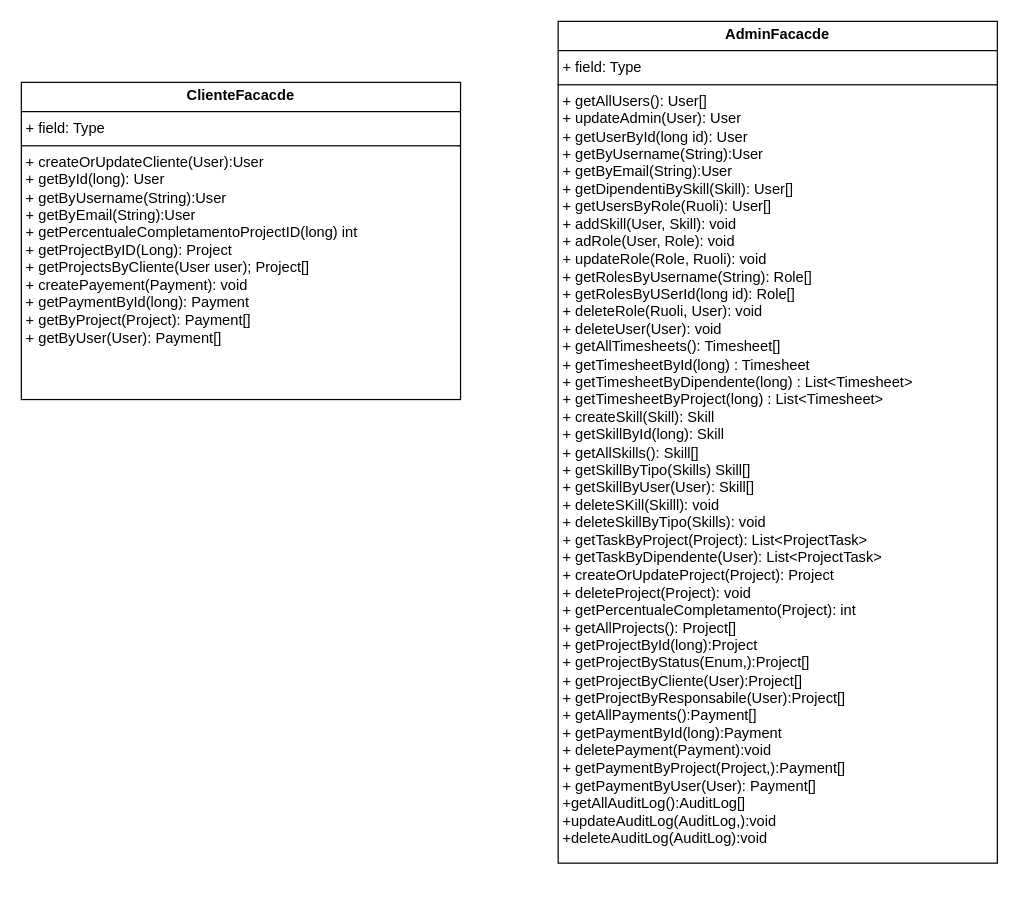
davide-vigano-tas/gestione_progetti keeps this draw.io diagram as page "Facade" (3 of 3) of gestione_progetti_uml.drawio. Above is the earlier version. Source tidied: cells renumbered, new cells numbered last; positions are measured from the earlier drawing's top-left corner, leaving out a move shared by most shapes. Both pictures are drawn from the tidied source at 122%, with x=0, y=0 at pixel (21, 21).
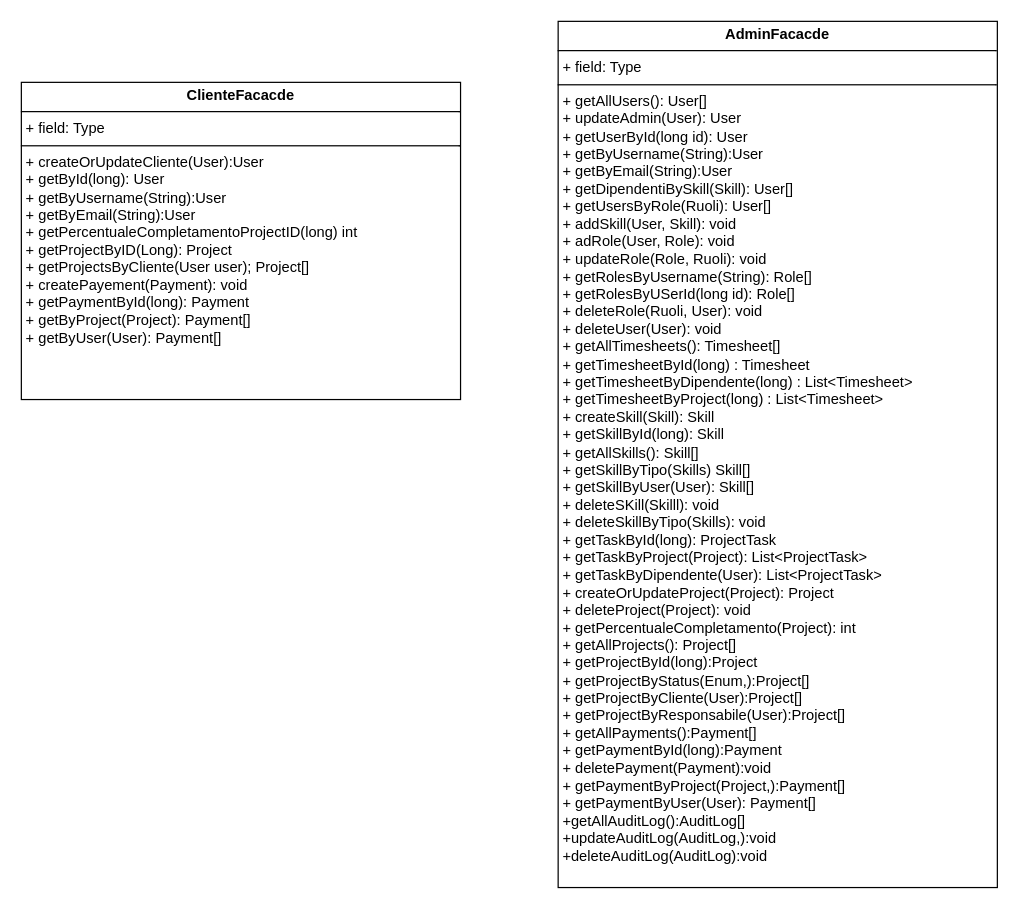
After the change.

Diff of the diagram source:
```diff
@@
 <mxGraphModel>
   <root>
     <mxCell id="0" />
     <mxCell id="1" parent="0" />
     <mxCell id="2" value="&lt;p style=&quot;margin:0px;margin-top:4px;text-align:center;&quot;&gt;&lt;b&gt;ClienteFacacde&lt;/b&gt;&lt;/p&gt;&lt;hr size=&quot;1&quot; style=&quot;border-style:solid;&quot;&gt;&lt;p style=&quot;margin:0px;margin-left:4px;&quot;&gt;+ field: Type&lt;/p&gt;&lt;hr size=&quot;1&quot; style=&quot;border-style:solid;&quot;&gt;&lt;p style=&quot;margin:0px;margin-left:4px;&quot;&gt;+ createOrUpdateCliente(User):User&lt;/p&gt;&lt;p style=&quot;margin:0px;margin-left:4px;&quot;&gt;+ getById(long): User&lt;/p&gt;&lt;p style=&quot;margin:0px;margin-left:4px;&quot;&gt;+ getByUsername(String):User&lt;/p&gt;&lt;p style=&quot;margin:0px;margin-left:4px;&quot;&gt;+ getByEmail(String):User&lt;/p&gt;&lt;p style=&quot;margin:0px;margin-left:4px;&quot;&gt;&lt;span style=&quot;background-color: transparent; color: light-dark(rgb(0, 0, 0), rgb(255, 255, 255));&quot;&gt;+ getPercentualeCompletamentoProjectID(long) int&lt;/span&gt;&lt;/p&gt;&lt;p style=&quot;margin:0px;margin-left:4px;&quot;&gt;+ getProjectByID(Long): Project&lt;/p&gt;&lt;p style=&quot;margin:0px;margin-left:4px;&quot;&gt;+ getProjectsByCliente(User user); Project[]&lt;/p&gt;&lt;p style=&quot;margin:0px;margin-left:4px;&quot;&gt;+ createPayement(Payment): void&lt;/p&gt;&lt;p style=&quot;margin:0px;margin-left:4px;&quot;&gt;+ getPaymentById(long): Payment&lt;/p&gt;&lt;p style=&quot;margin:0px;margin-left:4px;&quot;&gt;+ getByProject(Project): Payment[]&lt;/p&gt;&lt;p style=&quot;margin:0px;margin-left:4px;&quot;&gt;+ getByUser(User): Payment[]&lt;/p&gt;&lt;p style=&quot;margin:0px;margin-left:4px;&quot;&gt;&lt;br&gt;&lt;/p&gt;" style="verticalAlign=top;align=left;overflow=fill;html=1;whiteSpace=wrap;" parent="1" vertex="1">
       <mxGeometry y="50" width="360" height="260" as="geometry" />
     </mxCell>
-    <mxCell id="3" value="&lt;p style=&quot;margin:0px;margin-top:4px;text-align:center;&quot;&gt;&lt;b&gt;AdminFacacde&lt;/b&gt;&lt;/p&gt;&lt;hr size=&quot;1&quot; style=&quot;border-style:solid;&quot;&gt;&lt;p style=&quot;margin:0px;margin-left:4px;&quot;&gt;+ field: Type&lt;/p&gt;&lt;hr size=&quot;1&quot; style=&quot;border-style:solid;&quot;&gt;&lt;p style=&quot;margin:0px;margin-left:4px;&quot;&gt;+ getAllUsers(): User[]&lt;/p&gt;&lt;p style=&quot;margin:0px;margin-left:4px;&quot;&gt;+ updateAdmin(User): User&lt;/p&gt;&lt;p style=&quot;margin:0px;margin-left:4px;&quot;&gt;+ getUserById(long id): User&lt;/p&gt;&lt;p style=&quot;margin: 0px 0px 0px 4px;&quot;&gt;+ getByUsername(String):User&lt;/p&gt;&lt;p style=&quot;margin: 0px 0px 0px 4px;&quot;&gt;+ getByEmail(String):User&lt;/p&gt;&lt;p style=&quot;margin: 0px 0px 0px 4px;&quot;&gt;+ getDipendentiBySkill(Skill): User[]&lt;/p&gt;&lt;p style=&quot;margin: 0px 0px 0px 4px;&quot;&gt;+ getUsersByRole(Ruoli): User[]&lt;/p&gt;&lt;p style=&quot;margin: 0px 0px 0px 4px;&quot;&gt;+ addSkill(User, Skill): void&lt;/p&gt;&lt;p style=&quot;margin: 0px 0px 0px 4px;&quot;&gt;+ adRole(User, Role): void&lt;/p&gt;&lt;p style=&quot;margin: 0px 0px 0px 4px;&quot;&gt;+ updateRole(Role, Ruoli): void&lt;/p&gt;&lt;p style=&quot;margin: 0px 0px 0px 4px;&quot;&gt;+ getRolesByUsername(String): Role[]&lt;/p&gt;&lt;p style=&quot;margin: 0px 0px 0px 4px;&quot;&gt;+ getRolesByUSerId(long id): Role[]&lt;/p&gt;&lt;p style=&quot;margin: 0px 0px 0px 4px;&quot;&gt;+ deleteRole(Ruoli, User): void&lt;/p&gt;&lt;p style=&quot;margin: 0px 0px 0px 4px;&quot;&gt;+ deleteUser(User): void&amp;nbsp;&lt;/p&gt;&lt;p style=&quot;margin: 0px 0px 0px 4px;&quot;&gt;+ getAllTimesheets(): Timesheet[]&lt;/p&gt;&lt;p style=&quot;margin: 0px 0px 0px 4px;&quot;&gt;+ getTimesheetById(long) : Timesheet&lt;/p&gt;&lt;p style=&quot;margin: 0px 0px 0px 4px;&quot;&gt;+ getTimesheetByDipendente(long) : List&amp;lt;Timesheet&amp;gt;&lt;/p&gt;&lt;p style=&quot;margin:0px;margin-left:4px;&quot;&gt;+ getTimesheetByProject(long) : List&amp;lt;Timesheet&amp;gt;&lt;/p&gt;&lt;p style=&quot;margin:0px;margin-left:4px;&quot;&gt;+ createSkill(Skill): Skill&lt;/p&gt;&lt;p style=&quot;margin:0px;margin-left:4px;&quot;&gt;+ getSkillById(long): Skill&lt;/p&gt;&lt;p style=&quot;margin:0px;margin-left:4px;&quot;&gt;+ getAllSkills(): Skill[]&lt;/p&gt;&lt;p style=&quot;margin:0px;margin-left:4px;&quot;&gt;+ getSkillByTipo(Skills) Skill[]&lt;/p&gt;&lt;p style=&quot;margin:0px;margin-left:4px;&quot;&gt;+ getSkillByUser(User): Skill[]&lt;/p&gt;&lt;p style=&quot;margin:0px;margin-left:4px;&quot;&gt;+ deleteSKill(Skilll): void&lt;/p&gt;&lt;p style=&quot;margin:0px;margin-left:4px;&quot;&gt;+ deleteSkillByTipo(Skills): void&lt;/p&gt;&lt;p style=&quot;margin:0px;margin-left:4px;&quot;&gt;+ getTaskByProject(Project): List&amp;lt;ProjectTask&amp;gt;&lt;/p&gt;&lt;p style=&quot;margin:0px;margin-left:4px;&quot;&gt;+ getTaskByDipendente(User): List&amp;lt;ProjectTask&amp;gt;&lt;/p&gt;&lt;p style=&quot;margin:0px;margin-left:4px;&quot;&gt;+ createOrUpdateProject(Project): Project&lt;/p&gt;&lt;p style=&quot;margin:0px;margin-left:4px;&quot;&gt;+ deleteProject(Project): void&lt;/p&gt;&lt;p style=&quot;margin:0px;margin-left:4px;&quot;&gt;+ getPercentualeCompletamento(Project): int&lt;/p&gt;&lt;p style=&quot;margin:0px;margin-left:4px;&quot;&gt;&lt;span style=&quot;background-color: transparent; color: light-dark(rgb(0, 0, 0), rgb(255, 255, 255));&quot;&gt;+ getAllProjects(): Project[]&lt;/span&gt;&lt;/p&gt;&lt;p style=&quot;margin: 0px 0px 0px 4px;&quot;&gt;+ getProjectById(long):Project&lt;/p&gt;&lt;p style=&quot;margin: 0px 0px 0px 4px;&quot;&gt;+ getProjectByStatus(Enum,):Project[]&lt;/p&gt;&lt;p style=&quot;margin: 0px 0px 0px 4px;&quot;&gt;+ getProjectByCliente(User):Project[]&lt;/p&gt;&lt;p style=&quot;margin: 0px 0px 0px 4px;&quot;&gt;+ getProjectByResponsabile(User):Project[]&lt;/p&gt;&lt;p style=&quot;margin: 0px 0px 0px 4px;&quot;&gt;+ getAllPayments():Payment[]&lt;/p&gt;&lt;p style=&quot;margin: 0px 0px 0px 4px;&quot;&gt;+ getPaymentById(long):Payment&lt;/p&gt;&lt;p style=&quot;margin: 0px 0px 0px 4px;&quot;&gt;+ deletePayment(Payment):void&lt;/p&gt;&lt;p style=&quot;margin: 0px 0px 0px 4px;&quot;&gt;+ getPaymentByProject(Project,):Payment[]&lt;/p&gt;&lt;p style=&quot;margin: 0px 0px 0px 4px;&quot;&gt;+ getPaymentByUser(User): Payment[]&lt;/p&gt;&lt;p style=&quot;margin: 0px 0px 0px 4px;&quot;&gt;+getAllAuditLog():AuditLog[]&lt;/p&gt;&lt;p style=&quot;margin: 0px 0px 0px 4px;&quot;&gt;+updateAuditLog(AuditLog,):void&lt;/p&gt;&lt;p style=&quot;margin: 0px 0px 0px 4px;&quot;&gt;+deleteAuditLog(AuditLog):void&lt;/p&gt;&lt;p style=&quot;margin: 0px 0px 0px 4px;&quot;&gt;&lt;br&gt;&lt;/p&gt;" style="verticalAlign=top;align=left;overflow=fill;html=1;whiteSpace=wrap;" parent="1" vertex="1">
-      <mxGeometry x="440" width="360" height="690" as="geometry" />
+    <mxCell id="3" value="&lt;p style=&quot;margin:0px;margin-top:4px;text-align:center;&quot;&gt;&lt;b&gt;AdminFacacde&lt;/b&gt;&lt;/p&gt;&lt;hr size=&quot;1&quot; style=&quot;border-style:solid;&quot;&gt;&lt;p style=&quot;margin:0px;margin-left:4px;&quot;&gt;+ field: Type&lt;/p&gt;&lt;hr size=&quot;1&quot; style=&quot;border-style:solid;&quot;&gt;&lt;p style=&quot;margin:0px;margin-left:4px;&quot;&gt;+ getAllUsers(): User[]&lt;/p&gt;&lt;p style=&quot;margin:0px;margin-left:4px;&quot;&gt;+ updateAdmin(User): User&lt;/p&gt;&lt;p style=&quot;margin:0px;margin-left:4px;&quot;&gt;+ getUserById(long id): User&lt;/p&gt;&lt;p style=&quot;margin: 0px 0px 0px 4px;&quot;&gt;+ getByUsername(String):User&lt;/p&gt;&lt;p style=&quot;margin: 0px 0px 0px 4px;&quot;&gt;+ getByEmail(String):User&lt;/p&gt;&lt;p style=&quot;margin: 0px 0px 0px 4px;&quot;&gt;+ getDipendentiBySkill(Skill): User[]&lt;/p&gt;&lt;p style=&quot;margin: 0px 0px 0px 4px;&quot;&gt;+ getUsersByRole(Ruoli): User[]&lt;/p&gt;&lt;p style=&quot;margin: 0px 0px 0px 4px;&quot;&gt;+ addSkill(User, Skill): void&lt;/p&gt;&lt;p style=&quot;margin: 0px 0px 0px 4px;&quot;&gt;+ adRole(User, Role): void&lt;/p&gt;&lt;p style=&quot;margin: 0px 0px 0px 4px;&quot;&gt;+ updateRole(Role, Ruoli): void&lt;/p&gt;&lt;p style=&quot;margin: 0px 0px 0px 4px;&quot;&gt;+ getRolesByUsername(String): Role[]&lt;/p&gt;&lt;p style=&quot;margin: 0px 0px 0px 4px;&quot;&gt;+ getRolesByUSerId(long id): Role[]&lt;/p&gt;&lt;p style=&quot;margin: 0px 0px 0px 4px;&quot;&gt;+ deleteRole(Ruoli, User): void&lt;/p&gt;&lt;p style=&quot;margin: 0px 0px 0px 4px;&quot;&gt;+ deleteUser(User): void&amp;nbsp;&lt;/p&gt;&lt;p style=&quot;margin: 0px 0px 0px 4px;&quot;&gt;+ getAllTimesheets(): Timesheet[]&lt;/p&gt;&lt;p style=&quot;margin: 0px 0px 0px 4px;&quot;&gt;+ getTimesheetById(long) : Timesheet&lt;/p&gt;&lt;p style=&quot;margin: 0px 0px 0px 4px;&quot;&gt;+ getTimesheetByDipendente(long) : List&amp;lt;Timesheet&amp;gt;&lt;/p&gt;&lt;p style=&quot;margin:0px;margin-left:4px;&quot;&gt;+ getTimesheetByProject(long) : List&amp;lt;Timesheet&amp;gt;&lt;/p&gt;&lt;p style=&quot;margin:0px;margin-left:4px;&quot;&gt;+ createSkill(Skill): Skill&lt;/p&gt;&lt;p style=&quot;margin:0px;margin-left:4px;&quot;&gt;+ getSkillById(long): Skill&lt;/p&gt;&lt;p style=&quot;margin:0px;margin-left:4px;&quot;&gt;+ getAllSkills(): Skill[]&lt;/p&gt;&lt;p style=&quot;margin:0px;margin-left:4px;&quot;&gt;+ getSkillByTipo(Skills) Skill[]&lt;/p&gt;&lt;p style=&quot;margin:0px;margin-left:4px;&quot;&gt;+ getSkillByUser(User): Skill[]&lt;/p&gt;&lt;p style=&quot;margin:0px;margin-left:4px;&quot;&gt;+ deleteSKill(Skilll): void&lt;/p&gt;&lt;p style=&quot;margin:0px;margin-left:4px;&quot;&gt;+ deleteSkillByTipo(Skills): void&lt;/p&gt;&lt;p style=&quot;margin:0px;margin-left:4px;&quot;&gt;+ getTaskById(long): ProjectTask&lt;/p&gt;&lt;p style=&quot;margin:0px;margin-left:4px;&quot;&gt;+ getTaskByProject(Project): List&amp;lt;ProjectTask&amp;gt;&lt;/p&gt;&lt;p style=&quot;margin:0px;margin-left:4px;&quot;&gt;+ getTaskByDipendente(User): List&amp;lt;ProjectTask&amp;gt;&lt;/p&gt;&lt;p style=&quot;margin:0px;margin-left:4px;&quot;&gt;+ createOrUpdateProject(Project): Project&lt;/p&gt;&lt;p style=&quot;margin:0px;margin-left:4px;&quot;&gt;+ deleteProject(Project): void&lt;/p&gt;&lt;p style=&quot;margin:0px;margin-left:4px;&quot;&gt;+ getPercentualeCompletamento(Project): int&lt;/p&gt;&lt;p style=&quot;margin:0px;margin-left:4px;&quot;&gt;&lt;span style=&quot;background-color: transparent; color: light-dark(rgb(0, 0, 0), rgb(255, 255, 255));&quot;&gt;+ getAllProjects(): Project[]&lt;/span&gt;&lt;/p&gt;&lt;p style=&quot;margin: 0px 0px 0px 4px;&quot;&gt;+ getProjectById(long):Project&lt;/p&gt;&lt;p style=&quot;margin: 0px 0px 0px 4px;&quot;&gt;+ getProjectByStatus(Enum,):Project[]&lt;/p&gt;&lt;p style=&quot;margin: 0px 0px 0px 4px;&quot;&gt;+ getProjectByCliente(User):Project[]&lt;/p&gt;&lt;p style=&quot;margin: 0px 0px 0px 4px;&quot;&gt;+ getProjectByResponsabile(User):Project[]&lt;/p&gt;&lt;p style=&quot;margin: 0px 0px 0px 4px;&quot;&gt;+ getAllPayments():Payment[]&lt;/p&gt;&lt;p style=&quot;margin: 0px 0px 0px 4px;&quot;&gt;+ getPaymentById(long):Payment&lt;/p&gt;&lt;p style=&quot;margin: 0px 0px 0px 4px;&quot;&gt;+ deletePayment(Payment):void&lt;/p&gt;&lt;p style=&quot;margin: 0px 0px 0px 4px;&quot;&gt;+ getPaymentByProject(Project,):Payment[]&lt;/p&gt;&lt;p style=&quot;margin: 0px 0px 0px 4px;&quot;&gt;+ getPaymentByUser(User): Payment[]&lt;/p&gt;&lt;p style=&quot;margin: 0px 0px 0px 4px;&quot;&gt;+getAllAuditLog():AuditLog[]&lt;/p&gt;&lt;p style=&quot;margin: 0px 0px 0px 4px;&quot;&gt;+updateAuditLog(AuditLog,):void&lt;/p&gt;&lt;p style=&quot;margin: 0px 0px 0px 4px;&quot;&gt;+deleteAuditLog(AuditLog):void&lt;/p&gt;&lt;p style=&quot;margin: 0px 0px 0px 4px;&quot;&gt;&lt;br&gt;&lt;/p&gt;" style="verticalAlign=top;align=left;overflow=fill;html=1;whiteSpace=wrap;" parent="1" vertex="1">
+      <mxGeometry x="440" width="360" height="710" as="geometry" />
     </mxCell>
   </root>
 </mxGraphModel>
```
